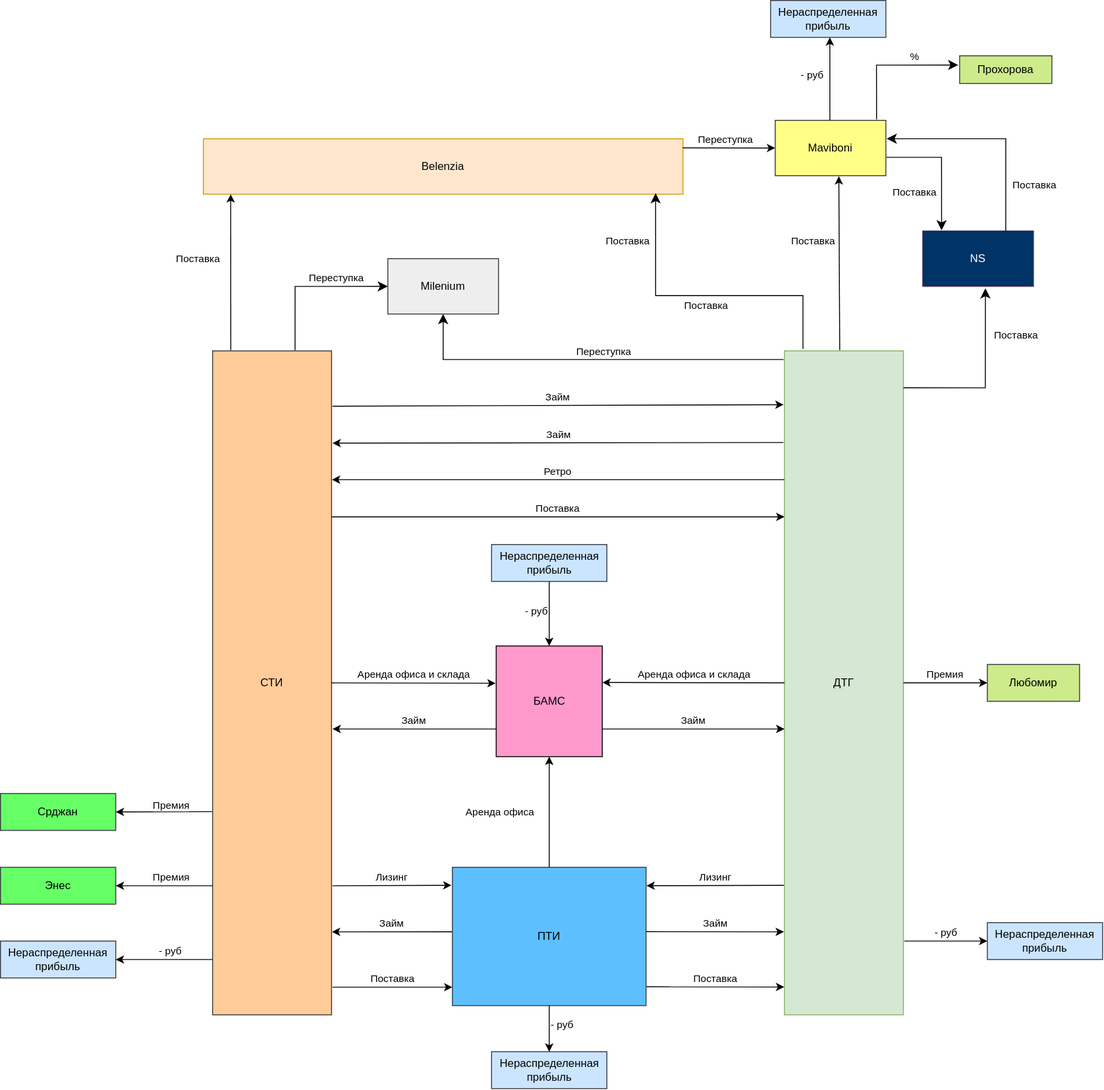
Earlier version of the draw.io export public/images/schemas/interactions.svg (vsk-Result/sti-oms). Source tidied: cells renumbered, new cells last; positions are measured from the earlier drawing's top-left corner, leaving out a move shared by most shapes.
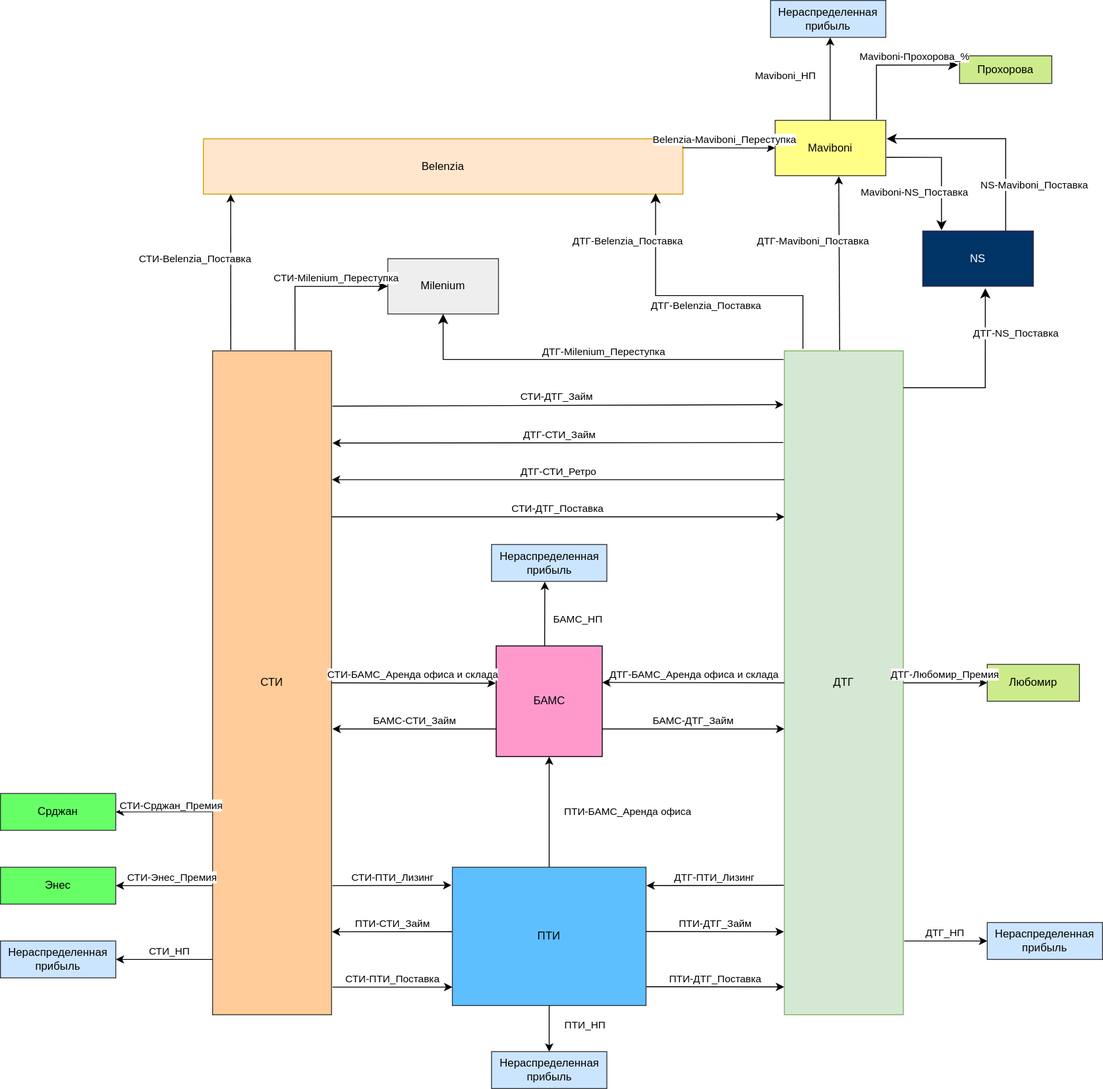
After the commit.

Commit message:
add schema interactions

Diff of the diagram source:
```diff
@@ -10,3 +10,3 @@
     </mxCell>
-    <mxCell id="4" value="Премия" style="endArrow=classic;html=1;rounded=0;exitX=1;exitY=0.5;exitDx=0;exitDy=0;entryX=0;entryY=0.5;entryDx=0;entryDy=0;labelPosition=center;verticalLabelPosition=top;align=center;verticalAlign=bottom;" parent="1" edge="1" source="2" target="3">
+    <mxCell id="4" value="ДТГ-Любомир_Премия" style="endArrow=classic;html=1;rounded=0;exitX=1;exitY=0.5;exitDx=0;exitDy=0;entryX=0;entryY=0.5;entryDx=0;entryDy=0;labelPosition=center;verticalLabelPosition=top;align=center;verticalAlign=bottom;" parent="1" edge="1" source="2" target="3">
       <mxGeometry relative="1" as="geometry" />
@@ -21,3 +21,3 @@
     </mxCell>
-    <mxCell id="7" value="- руб" style="edgeLabel;html=1;align=center;verticalAlign=middle;" parent="6" vertex="1">
+    <mxCell id="7" value="ДТГ_НП" style="edgeLabel;html=1;align=center;verticalAlign=middle;" parent="6" vertex="1">
       <mxGeometry x="-0.02" relative="1" as="geometry">
@@ -35,14 +35,14 @@
     </mxCell>
-    <mxCell id="11" value="- руб" style="edgeLabel;html=1;align=left;verticalAlign=middle;" parent="10" vertex="1">
+    <mxCell id="11" value="ПТИ_НП" style="edgeLabel;html=1;align=left;verticalAlign=middle;" parent="10" vertex="1">
       <mxGeometry x="-0.29" y="2" relative="1" as="geometry">
-        <mxPoint x="-2" y="2" as="offset" />
+        <mxPoint x="13" y="2" as="offset" />
       </mxGeometry>
     </mxCell>
-    <mxCell id="12" value="Поставка" style="endArrow=classic;html=1;rounded=0;labelPosition=center;verticalLabelPosition=top;align=center;verticalAlign=bottom;entryX=-0.002;entryY=0.958;entryDx=0;entryDy=0;entryPerimeter=0;exitX=1.002;exitY=0.864;exitDx=0;exitDy=0;exitPerimeter=0;" parent="1" edge="1" source="8" target="2">
+    <mxCell id="12" value="ПТИ-ДТГ_Поставка" style="endArrow=classic;html=1;rounded=0;labelPosition=center;verticalLabelPosition=top;align=center;verticalAlign=bottom;entryX=-0.002;entryY=0.958;entryDx=0;entryDy=0;entryPerimeter=0;exitX=1.002;exitY=0.864;exitDx=0;exitDy=0;exitPerimeter=0;" parent="1" edge="1" source="8" target="2">
       <mxGeometry relative="1" as="geometry" />
     </mxCell>
-    <mxCell id="13" value="Займ" style="endArrow=classic;html=1;rounded=0;exitX=1.001;exitY=0.465;exitDx=0;exitDy=0;labelPosition=center;verticalLabelPosition=top;align=center;verticalAlign=bottom;entryX=-0.004;entryY=0.875;entryDx=0;entryDy=0;exitPerimeter=0;entryPerimeter=0;" parent="1" edge="1" source="8" target="2">
+    <mxCell id="13" value="ПТИ-ДТГ_Займ" style="endArrow=classic;html=1;rounded=0;exitX=1.001;exitY=0.465;exitDx=0;exitDy=0;labelPosition=center;verticalLabelPosition=top;align=center;verticalAlign=bottom;entryX=-0.004;entryY=0.875;entryDx=0;entryDy=0;exitPerimeter=0;entryPerimeter=0;" parent="1" edge="1" source="8" target="2">
       <mxGeometry relative="1" as="geometry" />
     </mxCell>
-    <mxCell id="14" value="Лизинг" style="endArrow=classic;html=1;rounded=0;labelPosition=center;verticalLabelPosition=top;align=center;verticalAlign=bottom;entryX=1.002;entryY=0.133;entryDx=0;entryDy=0;entryPerimeter=0;exitX=-0.005;exitY=0.805;exitDx=0;exitDy=0;exitPerimeter=0;" parent="1" edge="1" source="2" target="8">
+    <mxCell id="14" value="ДТГ-ПТИ_Лизинг" style="endArrow=classic;html=1;rounded=0;labelPosition=center;verticalLabelPosition=top;align=center;verticalAlign=bottom;entryX=1.002;entryY=0.133;entryDx=0;entryDy=0;entryPerimeter=0;exitX=-0.005;exitY=0.805;exitDx=0;exitDy=0;exitPerimeter=0;" parent="1" edge="1" source="2" target="8">
       <mxGeometry relative="1" as="geometry" />
@@ -52,3 +52,3 @@
     </mxCell>
-    <mxCell id="16" value="Лизинг" style="endArrow=classic;html=1;rounded=0;labelPosition=center;verticalLabelPosition=top;align=center;verticalAlign=bottom;entryX=-0.005;entryY=0.13;entryDx=0;entryDy=0;entryPerimeter=0;" parent="1" edge="1" target="8">
+    <mxCell id="16" value="СТИ-ПТИ_Лизинг" style="endArrow=classic;html=1;rounded=0;labelPosition=center;verticalLabelPosition=top;align=center;verticalAlign=bottom;entryX=-0.005;entryY=0.13;entryDx=0;entryDy=0;entryPerimeter=0;" parent="1" edge="1" target="8">
       <mxGeometry relative="1" as="geometry">
@@ -57,3 +57,3 @@
     </mxCell>
-    <mxCell id="17" value="Поставка" style="endArrow=classic;html=1;rounded=0;labelPosition=center;verticalLabelPosition=top;align=center;verticalAlign=bottom;" parent="1" edge="1">
+    <mxCell id="17" value="СТИ-ПТИ_Поставка" style="endArrow=classic;html=1;rounded=0;labelPosition=center;verticalLabelPosition=top;align=center;verticalAlign=bottom;" parent="1" edge="1">
       <mxGeometry x="0.01" relative="1" as="geometry">
@@ -63,3 +63,3 @@
     </mxCell>
-    <mxCell id="18" value="Займ" style="endArrow=classic;html=1;rounded=0;labelPosition=center;verticalLabelPosition=top;align=center;verticalAlign=bottom;entryX=1.003;entryY=0.875;entryDx=0;entryDy=0;entryPerimeter=0;exitX=-0.001;exitY=0.466;exitDx=0;exitDy=0;exitPerimeter=0;" parent="1" edge="1" source="8" target="15">
+    <mxCell id="18" value="ПТИ-СТИ_Займ" style="endArrow=classic;html=1;rounded=0;labelPosition=center;verticalLabelPosition=top;align=center;verticalAlign=bottom;entryX=1.003;entryY=0.875;entryDx=0;entryDy=0;entryPerimeter=0;exitX=-0.001;exitY=0.466;exitDx=0;exitDy=0;exitPerimeter=0;" parent="1" edge="1" source="8" target="15">
       <mxGeometry relative="1" as="geometry" />
@@ -74,3 +74,3 @@
     </mxCell>
-    <mxCell id="21" value="- руб" style="edgeLabel;html=1;align=center;verticalAlign=middle;" parent="20" vertex="1">
+    <mxCell id="21" value="СТИ_НП" style="edgeLabel;html=1;align=center;verticalAlign=middle;" parent="20" vertex="1">
       <mxGeometry x="-0.09" y="1" relative="1" as="geometry">
@@ -87,3 +87,3 @@
     </mxCell>
-    <mxCell id="24" value="Премия" style="edgeLabel;html=1;align=center;verticalAlign=middle;" parent="23" vertex="1">
+    <mxCell id="24" value="СТИ-Энес_Премия" style="edgeLabel;html=1;align=center;verticalAlign=middle;" parent="23" vertex="1">
       <mxGeometry x="-0.13" y="-1" relative="1" as="geometry">
@@ -98,3 +98,3 @@
     </mxCell>
-    <mxCell id="27" value="Премия" style="edgeLabel;html=1;align=center;verticalAlign=middle;" parent="26" vertex="1">
+    <mxCell id="27" value="СТИ-Срджан_Премия" style="edgeLabel;html=1;align=center;verticalAlign=middle;noLabel=0;" parent="26" vertex="1">
       <mxGeometry x="-0.12" y="1" relative="1" as="geometry">
@@ -106,6 +106,6 @@
     </mxCell>
-    <mxCell id="29" value="Аренда офиса" style="endArrow=classic;html=1;rounded=0;labelPosition=left;verticalLabelPosition=middle;align=right;verticalAlign=middle;entryX=0.5;entryY=1;entryDx=0;entryDy=0;exitX=0.5;exitY=0;exitDx=0;exitDy=0;horizontal=1;" parent="1" edge="1" source="8" target="28">
-      <mxGeometry y="15" relative="1" as="geometry" />
+    <mxCell id="29" value="ПТИ-БАМС_Аренда офиса" style="endArrow=classic;html=1;rounded=0;labelPosition=left;verticalLabelPosition=middle;align=center;verticalAlign=middle;entryX=0.5;entryY=1;entryDx=0;entryDy=0;exitX=0.5;exitY=0;exitDx=0;exitDy=0;horizontal=1;" parent="1" edge="1" source="8" target="28">
+      <mxGeometry y="-85" relative="1" as="geometry" />
     </mxCell>
-    <mxCell id="30" value="Займ" style="endArrow=classic;html=1;rounded=0;exitX=1;exitY=0.75;exitDx=0;exitDy=0;labelPosition=center;verticalLabelPosition=top;align=center;verticalAlign=bottom;" parent="1" edge="1" source="28">
+    <mxCell id="30" value="БАМС-ДТГ_Займ" style="endArrow=classic;html=1;rounded=0;exitX=1;exitY=0.75;exitDx=0;exitDy=0;labelPosition=center;verticalLabelPosition=top;align=center;verticalAlign=bottom;" parent="1" edge="1" source="28">
       <mxGeometry relative="1" as="geometry">
@@ -114,3 +114,3 @@
     </mxCell>
-    <mxCell id="31" value="Аренда офиса и склада" style="endArrow=classic;html=1;rounded=0;labelPosition=center;verticalLabelPosition=top;align=center;verticalAlign=bottom;entryX=1.001;entryY=0.33;entryDx=0;entryDy=0;entryPerimeter=0;" parent="1" edge="1" target="28">
+    <mxCell id="31" value="ДТГ-БАМС_Аренда офиса и склада" style="endArrow=classic;html=1;rounded=0;labelPosition=center;verticalLabelPosition=top;align=center;verticalAlign=bottom;entryX=1.001;entryY=0.33;entryDx=0;entryDy=0;entryPerimeter=0;" parent="1" edge="1" target="28">
       <mxGeometry relative="1" as="geometry">
@@ -119,3 +119,3 @@
     </mxCell>
-    <mxCell id="32" value="Займ" style="endArrow=classic;html=1;rounded=0;labelPosition=center;verticalLabelPosition=top;align=center;verticalAlign=bottom;exitX=0;exitY=0.75;exitDx=0;exitDy=0;" parent="1" edge="1" source="28">
+    <mxCell id="32" value="БАМС-СТИ_Займ" style="endArrow=classic;html=1;rounded=0;labelPosition=center;verticalLabelPosition=top;align=center;verticalAlign=bottom;exitX=0;exitY=0.75;exitDx=0;exitDy=0;" parent="1" edge="1" source="28">
       <mxGeometry relative="1" as="geometry">
@@ -124,11 +124,11 @@
     </mxCell>
-    <mxCell id="33" value="Аренда офиса и склада" style="endArrow=classic;html=1;rounded=0;labelPosition=center;verticalLabelPosition=top;align=center;verticalAlign=bottom;entryX=-0.005;entryY=0.337;entryDx=0;entryDy=0;entryPerimeter=0;exitX=1;exitY=0.5;exitDx=0;exitDy=0;" parent="1" edge="1" source="15" target="28">
+    <mxCell id="33" value="СТИ-БАМС_Аренда офиса и склада" style="endArrow=classic;html=1;rounded=0;labelPosition=center;verticalLabelPosition=top;align=center;verticalAlign=bottom;entryX=-0.005;entryY=0.337;entryDx=0;entryDy=0;entryPerimeter=0;exitX=1;exitY=0.5;exitDx=0;exitDy=0;" parent="1" edge="1" source="15" target="28">
       <mxGeometry relative="1" as="geometry" />
     </mxCell>
-    <mxCell id="34" style="edgeStyle=orthogonalEdgeStyle;rounded=0;jettySize=auto;html=1;entryX=0.5;entryY=0;entryDx=0;entryDy=0;" parent="1" edge="1" source="36" target="28">
+    <mxCell id="34" style="edgeStyle=orthogonalEdgeStyle;rounded=0;jettySize=auto;html=1;entryX=0.462;entryY=1.007;entryDx=0;entryDy=0;exitX=0.457;exitY=-0.002;exitDx=0;exitDy=0;exitPerimeter=0;entryPerimeter=0;" parent="1" edge="1" source="28" target="36">
       <mxGeometry relative="1" as="geometry" />
     </mxCell>
-    <mxCell id="35" value="- руб" style="edgeLabel;html=1;align=center;verticalAlign=middle;" parent="34" vertex="1">
+    <mxCell id="35" value="БАМС_НП" style="edgeLabel;html=1;align=center;verticalAlign=middle;" parent="34" vertex="1">
       <mxGeometry x="-0.13" relative="1" as="geometry">
-        <mxPoint x="-15" as="offset" />
+        <mxPoint x="35" as="offset" />
       </mxGeometry>
@@ -138,9 +138,9 @@
     </mxCell>
-    <mxCell id="37" value="Поставка" style="endArrow=classic;html=1;rounded=0;labelPosition=center;verticalLabelPosition=top;align=center;verticalAlign=bottom;entryX=0;entryY=0.25;entryDx=0;entryDy=0;exitX=1;exitY=0.25;exitDx=0;exitDy=0;" parent="1" edge="1" source="15" target="2">
+    <mxCell id="37" value="СТИ-ДТГ_Поставка" style="endArrow=classic;html=1;rounded=0;labelPosition=center;verticalLabelPosition=top;align=center;verticalAlign=bottom;entryX=0;entryY=0.25;entryDx=0;entryDy=0;exitX=1;exitY=0.25;exitDx=0;exitDy=0;" parent="1" edge="1" source="15" target="2">
       <mxGeometry relative="1" as="geometry" />
     </mxCell>
-    <mxCell id="38" value="Ретро" style="endArrow=classic;html=1;rounded=0;labelPosition=center;verticalLabelPosition=top;align=center;verticalAlign=bottom;exitX=-0.001;exitY=0.194;exitDx=0;exitDy=0;exitPerimeter=0;entryX=1.003;entryY=0.194;entryDx=0;entryDy=0;entryPerimeter=0;" parent="1" edge="1" source="2" target="15">
+    <mxCell id="38" value="ДТГ-СТИ_Ретро" style="endArrow=classic;html=1;rounded=0;labelPosition=center;verticalLabelPosition=top;align=center;verticalAlign=bottom;exitX=-0.001;exitY=0.194;exitDx=0;exitDy=0;exitPerimeter=0;entryX=1.003;entryY=0.194;entryDx=0;entryDy=0;entryPerimeter=0;" parent="1" edge="1" source="2" target="15">
       <mxGeometry relative="1" as="geometry" />
     </mxCell>
-    <mxCell id="39" value="Займ" style="endArrow=classic;html=1;rounded=0;labelPosition=center;verticalLabelPosition=top;align=center;verticalAlign=bottom;exitX=-0.009;exitY=0.138;exitDx=0;exitDy=0;exitPerimeter=0;" parent="1" edge="1" source="2">
+    <mxCell id="39" value="ДТГ-СТИ_Займ" style="endArrow=classic;html=1;rounded=0;labelPosition=center;verticalLabelPosition=top;align=center;verticalAlign=bottom;exitX=-0.009;exitY=0.138;exitDx=0;exitDy=0;exitPerimeter=0;" parent="1" edge="1" source="2">
       <mxGeometry relative="1" as="geometry">
@@ -149,3 +149,3 @@
     </mxCell>
-    <mxCell id="40" value="Займ" style="endArrow=classic;html=1;rounded=0;labelPosition=center;verticalLabelPosition=top;align=center;verticalAlign=bottom;entryX=-0.007;entryY=0.081;entryDx=0;entryDy=0;entryPerimeter=0;" parent="1" edge="1" target="2">
+    <mxCell id="40" value="СТИ-ДТГ_Займ" style="endArrow=classic;html=1;rounded=0;labelPosition=center;verticalLabelPosition=top;align=center;verticalAlign=bottom;entryX=-0.007;entryY=0.081;entryDx=0;entryDy=0;entryPerimeter=0;" parent="1" edge="1" target="2">
       <mxGeometry relative="1" as="geometry">
@@ -160,3 +160,3 @@
     </mxCell>
-    <mxCell id="43" value="&amp;nbsp; Поставка" style="edgeLabel;html=1;align=center;verticalAlign=middle;" parent="42" vertex="1">
+    <mxCell id="43" value="СТИ-Belenzia_Поставка" style="edgeLabel;html=1;align=center;verticalAlign=middle;" parent="42" vertex="1">
       <mxGeometry x="0.18" y="-1" relative="1" as="geometry">
@@ -172,3 +172,3 @@
     </mxCell>
-    <mxCell id="45" value="Поставка" style="edgeLabel;html=1;align=center;verticalAlign=middle;" parent="44" vertex="1">
+    <mxCell id="45" value="ДТГ-Belenzia_Поставка" style="edgeLabel;html=1;align=center;verticalAlign=middle;" parent="44" vertex="1">
       <mxGeometry x="0.06" y="-2" relative="1" as="geometry">
@@ -177,3 +177,3 @@
     </mxCell>
-    <mxCell id="46" value="Поставка" style="edgeLabel;html=1;align=center;verticalAlign=middle;" parent="44" vertex="1">
+    <mxCell id="46" value="ДТГ-Belenzia_Поставка" style="edgeLabel;html=1;align=center;verticalAlign=middle;" parent="44" vertex="1">
       <mxGeometry relative="1" as="geometry">
@@ -188,3 +188,3 @@
     </mxCell>
-    <mxCell id="49" value="Поставка" style="edgeLabel;html=1;align=center;verticalAlign=middle;" parent="48" vertex="1">
+    <mxCell id="49" value="ДТГ-Maviboni_Поставка" style="edgeLabel;html=1;align=center;verticalAlign=middle;" parent="48" vertex="1">
       <mxGeometry x="0.48" relative="1" as="geometry">
@@ -201,3 +201,3 @@
     </mxCell>
-    <mxCell id="52" value="Поставка" style="edgeLabel;html=1;align=center;verticalAlign=middle;" parent="51" vertex="1">
+    <mxCell id="52" value="ДТГ-NS_Поставка" style="edgeLabel;html=1;align=center;verticalAlign=middle;" parent="51" vertex="1">
       <mxGeometry x="0.5" relative="1" as="geometry">
@@ -209,3 +209,3 @@
     </mxCell>
-    <mxCell id="54" value="Поставка" style="edgeLabel;html=1;align=center;verticalAlign=middle;" parent="53" vertex="1">
+    <mxCell id="54" value="Maviboni-NS_Поставка" style="edgeLabel;html=1;align=center;verticalAlign=middle;" parent="53" vertex="1">
       <mxGeometry x="0.39" y="-1" relative="1" as="geometry">
@@ -217,3 +217,3 @@
     </mxCell>
-    <mxCell id="56" value="Поставка" style="edgeLabel;html=1;align=center;verticalAlign=middle;" parent="55" vertex="1">
+    <mxCell id="56" value="NS-Maviboni_Поставка" style="edgeLabel;html=1;align=center;verticalAlign=middle;" parent="55" vertex="1">
       <mxGeometry x="0.56" y="1" relative="1" as="geometry">
@@ -228,3 +228,3 @@
     </mxCell>
-    <mxCell id="59" value="%" style="edgeLabel;html=1;align=center;verticalAlign=middle;" parent="58" vertex="1">
+    <mxCell id="59" value="Maviboni-Прохорова_%" style="edgeLabel;html=1;align=center;verticalAlign=middle;" parent="58" vertex="1">
       <mxGeometry x="-0.21" y="-1" relative="1" as="geometry">
@@ -236,5 +236,5 @@
     </mxCell>
-    <mxCell id="61" value="- руб" style="edgeLabel;html=1;align=center;verticalAlign=middle;" parent="60" vertex="1">
+    <mxCell id="61" value="Maviboni_НП" style="edgeLabel;html=1;align=center;verticalAlign=middle;" parent="60" vertex="1">
       <mxGeometry x="0.15" relative="1" as="geometry">
-        <mxPoint x="-20" y="-11" as="offset" />
+        <mxPoint x="-50" y="-11" as="offset" />
       </mxGeometry>
@@ -247,3 +247,3 @@
     </mxCell>
-    <mxCell id="64" value="Переступка" style="edgeLabel;html=1;align=center;verticalAlign=middle;" parent="63" vertex="1">
+    <mxCell id="64" value="Belenzia-Maviboni_Переступка" style="edgeLabel;html=1;align=center;verticalAlign=middle;" parent="63" vertex="1">
       <mxGeometry x="-0.09" y="1" relative="1" as="geometry">
@@ -258,3 +258,3 @@
     </mxCell>
-    <mxCell id="67" value="Переступка" style="edgeLabel;html=1;align=center;verticalAlign=middle;" parent="66" vertex="1">
+    <mxCell id="67" value="СТИ-Milenium_Переступка" style="edgeLabel;html=1;align=center;verticalAlign=middle;" parent="66" vertex="1">
       <mxGeometry x="-0.21" y="-1" relative="1" as="geometry">
@@ -266,3 +266,3 @@
     </mxCell>
-    <mxCell id="69" value="Переступка" style="edgeLabel;html=1;align=center;verticalAlign=middle;" parent="68" vertex="1">
+    <mxCell id="69" value="ДТГ-Milenium_Переступка" style="edgeLabel;html=1;align=center;verticalAlign=middle;" parent="68" vertex="1">
       <mxGeometry x="-0.21" y="-1" relative="1" as="geometry">
```
